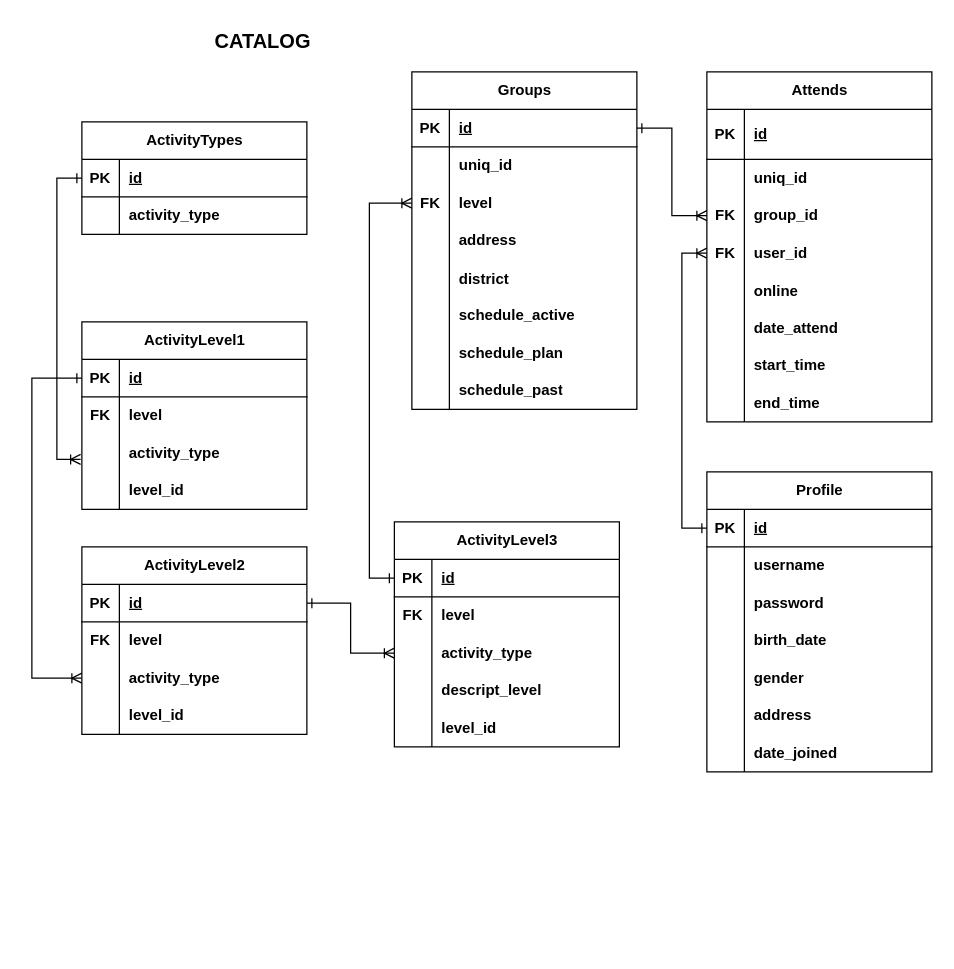
The draw.io diagram ER/catalog.drawio in OlgaTora/Recommendation_project, before the edit. Source tidied: cells renumbered, new cells numbered last; positions are measured from the earlier drawing's top-left corner, leaving out a move shared by most shapes. Both pictures are drawn from the tidied source at 125%, with x=0, y=0 at pixel (31, 21).
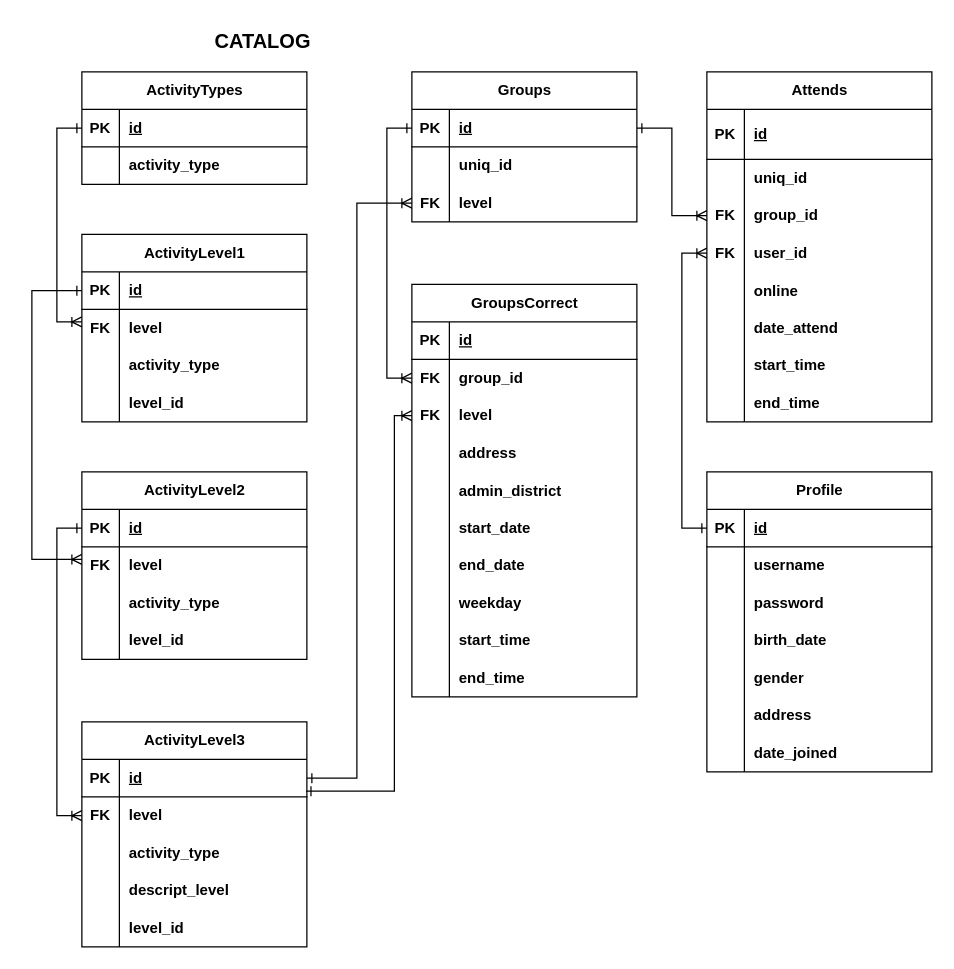
After the change.

The change refers to these unchanged cells:
```xml
<mxCell id="3" style="shape=tableRow;horizontal=0;startSize=0;swimlaneHead=0;swimlaneBody=0;fillColor=none;points=[[0,0.5],[1,0.5]];portConstraint=eastwest;top=0;left=0;right=0;bottom=1;fontFamily=Helvetica;" parent="2" vertex="1">
  <mxGeometry y="30" width="180" height="30" as="geometry" />
</mxCell>
<mxCell id="16" style="shape=tableRow;horizontal=0;startSize=0;swimlaneHead=0;swimlaneBody=0;fillColor=none;points=[[0,0.5],[1,0.5]];portConstraint=eastwest;top=0;left=0;right=0;bottom=1;fontFamily=Helvetica;" parent="15" vertex="1">
  <mxGeometry y="30" width="180" height="30" as="geometry" />
</mxCell>
<mxCell id="26" style="shape=tableRow;horizontal=0;startSize=0;swimlaneHead=0;swimlaneBody=0;fillColor=none;points=[[0,0.5],[1,0.5]];portConstraint=eastwest;top=0;left=0;right=0;bottom=1;fontFamily=Helvetica;" parent="25" vertex="1">
  <mxGeometry y="30" width="180" height="30" as="geometry" />
</mxCell>
<mxCell id="32" style="shape=tableRow;horizontal=0;startSize=0;swimlaneHead=0;swimlaneBody=0;fillColor=none;points=[[0,0.5],[1,0.5]];portConstraint=eastwest;top=0;left=0;right=0;bottom=0;fontFamily=Helvetica;" parent="25" vertex="1">
  <mxGeometry y="90" width="180" height="30" as="geometry" />
</mxCell>
<mxCell id="54" style="shape=tableRow;horizontal=0;startSize=0;swimlaneHead=0;swimlaneBody=0;fillColor=none;points=[[0,0.5],[1,0.5]];portConstraint=eastwest;top=0;left=0;right=0;bottom=1;fontFamily=Helvetica;" parent="53" vertex="1">
  <mxGeometry y="30" width="180" height="30" as="geometry" />
</mxCell>
<mxCell id="60" style="shape=tableRow;horizontal=0;startSize=0;swimlaneHead=0;swimlaneBody=0;fillColor=none;points=[[0,0.5],[1,0.5]];portConstraint=eastwest;top=0;left=0;right=0;bottom=0;fontFamily=Helvetica;" parent="53" vertex="1">
  <mxGeometry y="90" width="180" height="30" as="geometry" />
</mxCell>
<mxCell id="68" style="shape=tableRow;horizontal=0;startSize=0;swimlaneHead=0;swimlaneBody=0;fillColor=none;points=[[0,0.5],[1,0.5]];portConstraint=eastwest;top=0;left=0;right=0;bottom=1;fontFamily=Helvetica;" parent="67" vertex="1">
  <mxGeometry y="30" width="180" height="30" as="geometry" />
</mxCell>
<mxCell id="71" style="shape=tableRow;horizontal=0;startSize=0;swimlaneHead=0;swimlaneBody=0;fillColor=none;points=[[0,0.5],[1,0.5]];portConstraint=eastwest;top=0;left=0;right=0;bottom=0;fontFamily=Helvetica;" parent="67" vertex="1">
  <mxGeometry y="60" width="180" height="30" as="geometry" />
</mxCell>
<mxCell id="74" style="shape=tableRow;horizontal=0;startSize=0;swimlaneHead=0;swimlaneBody=0;fillColor=none;points=[[0,0.5],[1,0.5]];portConstraint=eastwest;top=0;left=0;right=0;bottom=0;fontFamily=Helvetica;" parent="67" vertex="1">
  <mxGeometry y="90" width="180" height="30" as="geometry" />
</mxCell>
```

Change to the diagram source:
```diff
@@
     <mxCell id="2" value="&lt;div style=&quot;border-color: var(--border-color);&quot;&gt;ActivityLevel1&lt;/div&gt;" style="shape=table;startSize=30;childLayout=tableLayout;rowLines=0;fontStyle=1;align=center;html=1;fontFamily=Helvetica;" parent="1" vertex="1">
-      <mxGeometry x="40" y="240" width="180" height="150" as="geometry" />
+      <mxGeometry x="40" y="170" width="180" height="150" as="geometry" />
     </mxCell>
@@
     <mxCell id="15" value="&lt;div style=&quot;border-color: var(--border-color);&quot;&gt;ActivityTypes&lt;/div&gt;" style="shape=table;startSize=30;childLayout=tableLayout;rowLines=0;fontStyle=1;align=center;html=1;fontFamily=Helvetica;" parent="1" vertex="1">
-      <mxGeometry x="40" y="80" width="180" height="90" as="geometry" />
+      <mxGeometry x="40" y="40" width="180" height="90" as="geometry" />
     </mxCell>
@@
     <mxCell id="25" value="&lt;div style=&quot;border-color: var(--border-color);&quot;&gt;Groups&lt;/div&gt;" style="shape=table;startSize=30;childLayout=tableLayout;rowLines=0;fontStyle=1;align=center;html=1;fontFamily=Helvetica;" parent="1" vertex="1">
-      <mxGeometry x="304" y="40" width="180" height="270" as="geometry" />
+      <mxGeometry x="304" y="40" width="180" height="120" as="geometry" />
     </mxCell>
@@
-    <mxCell id="35" style="shape=tableRow;horizontal=0;startSize=0;swimlaneHead=0;swimlaneBody=0;fillColor=none;top=0;left=0;right=0;bottom=0;fontFamily=Helvetica;" parent="25" vertex="1">
-      <mxGeometry y="120" width="180" height="30" as="geometry" />
-    </mxCell>
-    <mxCell id="36" style="shape=partialRectangle;fillColor=none;top=0;left=0;bottom=0;right=0;overflow=hidden;whiteSpace=wrap;html=1;fontFamily=Helvetica;" parent="35" vertex="1">
-      <mxGeometry width="30" height="30" as="geometry" />
-    </mxCell>
-    <mxCell id="37" value="&lt;div style=&quot;border-color: var(--border-color); font-weight: 700;&quot;&gt;address&lt;/div&gt;" style="shape=partialRectangle;fillColor=none;top=0;left=0;bottom=0;right=0;align=left;spacingLeft=6;overflow=hidden;whiteSpace=wrap;html=1;fontFamily=Helvetica;" parent="35" vertex="1">
-      <mxGeometry x="30" width="150" height="30" as="geometry" />
-    </mxCell>
-    <mxCell id="38" style="shape=tableRow;horizontal=0;startSize=0;swimlaneHead=0;swimlaneBody=0;fillColor=none;top=0;left=0;right=0;bottom=0;fontFamily=Helvetica;" parent="25" vertex="1">
-      <mxGeometry y="150" width="180" height="30" as="geometry" />
-    </mxCell>
-    <mxCell id="39" style="shape=partialRectangle;fillColor=none;top=0;left=0;bottom=0;right=0;overflow=hidden;fontFamily=Helvetica;" parent="38" vertex="1">
-      <mxGeometry width="30" height="30" as="geometry" />
-    </mxCell>
-    <mxCell id="40" value="district" style="shape=partialRectangle;fillColor=none;top=0;left=0;bottom=0;right=0;align=left;spacingLeft=6;overflow=hidden;fontStyle=1;fontFamily=Helvetica;" parent="38" vertex="1">
-      <mxGeometry x="30" width="150" height="30" as="geometry" />
-    </mxCell>
-    <mxCell id="41" style="shape=tableRow;horizontal=0;startSize=0;swimlaneHead=0;swimlaneBody=0;fillColor=none;top=0;left=0;right=0;bottom=0;" parent="25" vertex="1">
-      <mxGeometry y="180" width="180" height="30" as="geometry" />
-    </mxCell>
-    <mxCell id="42" style="shape=partialRectangle;fillColor=none;top=0;left=0;bottom=0;right=0;fontStyle=0;overflow=hidden;whiteSpace=wrap;html=1;" parent="41" vertex="1">
-      <mxGeometry width="30" height="30" as="geometry" />
-    </mxCell>
-    <mxCell id="43" value="&lt;b&gt;schedule_active&lt;/b&gt;" style="shape=partialRectangle;fillColor=none;top=0;left=0;bottom=0;right=0;align=left;spacingLeft=6;fontStyle=0;overflow=hidden;whiteSpace=wrap;html=1;" parent="41" vertex="1">
-      <mxGeometry x="30" width="150" height="30" as="geometry" />
-    </mxCell>
-    <mxCell id="44" style="shape=tableRow;horizontal=0;startSize=0;swimlaneHead=0;swimlaneBody=0;fillColor=none;top=0;left=0;right=0;bottom=0;" parent="25" vertex="1">
-      <mxGeometry y="210" width="180" height="30" as="geometry" />
-    </mxCell>
-    <mxCell id="45" style="shape=partialRectangle;fillColor=none;top=0;left=0;bottom=0;right=0;fontStyle=0;overflow=hidden;whiteSpace=wrap;html=1;" parent="44" vertex="1">
-      <mxGeometry width="30" height="30" as="geometry" />
-    </mxCell>
-    <mxCell id="46" value="&lt;b style=&quot;border-color: var(--border-color);&quot;&gt;schedule_plan&lt;/b&gt;" style="shape=partialRectangle;fillColor=none;top=0;left=0;bottom=0;right=0;align=left;spacingLeft=6;fontStyle=0;overflow=hidden;whiteSpace=wrap;html=1;" parent="44" vertex="1">
-      <mxGeometry x="30" width="150" height="30" as="geometry" />
-    </mxCell>
-    <mxCell id="47" style="shape=tableRow;horizontal=0;startSize=0;swimlaneHead=0;swimlaneBody=0;fillColor=none;top=0;left=0;right=0;bottom=0;" parent="25" vertex="1">
-      <mxGeometry y="240" width="180" height="30" as="geometry" />
-    </mxCell>
-    <mxCell id="48" style="shape=partialRectangle;fillColor=none;top=0;left=0;bottom=0;right=0;fontStyle=0;overflow=hidden;whiteSpace=wrap;html=1;" parent="47" vertex="1">
-      <mxGeometry width="30" height="30" as="geometry" />
-    </mxCell>
-    <mxCell id="49" value="&lt;b style=&quot;border-color: var(--border-color);&quot;&gt;schedule_past&lt;/b&gt;" style="shape=partialRectangle;fillColor=none;top=0;left=0;bottom=0;right=0;align=left;spacingLeft=6;fontStyle=0;overflow=hidden;whiteSpace=wrap;html=1;" parent="47" vertex="1">
-      <mxGeometry x="30" width="150" height="30" as="geometry" />
-    </mxCell>
@@
     <mxCell id="51" style="edgeStyle=orthogonalEdgeStyle;rounded=0;jettySize=auto;html=1;exitX=0;exitY=0.5;exitDx=0;exitDy=0;endArrow=ERoneToMany;endFill=0;startArrow=ERone;startFill=0;fontFamily=Helvetica;" parent="1" edge="1" source="16">
       <mxGeometry relative="1" as="geometry">
-        <mxPoint x="39" y="350" as="targetPoint" />
+        <mxPoint x="40" y="240" as="targetPoint" />
         <Array as="points">
-          <mxPoint x="20" y="125" />
-          <mxPoint x="20" y="350" />
-          <mxPoint x="39" y="350" />
+          <mxPoint x="20" y="85" />
+          <mxPoint x="20" y="240" />
         </Array>
       </mxGeometry>
     </mxCell>
-    <mxCell id="52" style="edgeStyle=orthogonalEdgeStyle;rounded=0;jettySize=auto;html=1;entryX=0;entryY=0.5;entryDx=0;entryDy=0;startArrow=ERone;startFill=0;endArrow=ERoneToMany;endFill=0;fontFamily=Helvetica;exitX=0;exitY=0.5;exitDx=0;exitDy=0;" parent="1" edge="1" source="68" target="32">
-      <mxGeometry relative="1" as="geometry" />
+    <mxCell id="52" style="edgeStyle=orthogonalEdgeStyle;rounded=0;jettySize=auto;html=1;entryX=0;entryY=0.5;entryDx=0;entryDy=0;startArrow=ERone;startFill=0;endArrow=ERoneToMany;endFill=0;fontFamily=Helvetica;exitX=1;exitY=0.5;exitDx=0;exitDy=0;" parent="1" edge="1" source="68" target="32">
+      <mxGeometry relative="1" as="geometry">
+        <Array as="points">
+          <mxPoint x="260" y="605" />
+          <mxPoint x="260" y="145" />
+        </Array>
+      </mxGeometry>
     </mxCell>
     <mxCell id="53" value="&lt;div style=&quot;border-color: var(--border-color);&quot;&gt;ActivityLevel2&lt;/div&gt;" style="shape=table;startSize=30;childLayout=tableLayout;rowLines=0;fontStyle=1;align=center;html=1;fontFamily=Helvetica;" parent="1" vertex="1">
-      <mxGeometry x="40" y="420" width="180" height="150" as="geometry" />
+      <mxGeometry x="40" y="360" width="180" height="150" as="geometry" />
     </mxCell>
@@
-    <mxCell id="66" style="edgeStyle=orthogonalEdgeStyle;rounded=0;jettySize=auto;html=1;exitX=0;exitY=0.5;exitDx=0;exitDy=0;entryX=0;entryY=0.5;entryDx=0;entryDy=0;startArrow=ERone;startFill=0;endArrow=ERoneToMany;endFill=0;" parent="1" edge="1" source="3" target="60">
+    <mxCell id="66" style="edgeStyle=orthogonalEdgeStyle;rounded=0;jettySize=auto;html=1;exitX=0;exitY=0.5;exitDx=0;exitDy=0;startArrow=ERone;startFill=0;endArrow=ERoneToMany;endFill=0;" parent="1" edge="1" source="3">
       <mxGeometry relative="1" as="geometry">
+        <mxPoint x="40" y="430" as="targetPoint" />
         <Array as="points">
-          <mxPoint y="285" />
-          <mxPoint y="525" />
+          <mxPoint y="215" />
+          <mxPoint y="430" />
+          <mxPoint x="40" y="430" />
         </Array>
       </mxGeometry>
     </mxCell>
     <mxCell id="67" value="&lt;div style=&quot;border-color: var(--border-color);&quot;&gt;ActivityLevel3&lt;/div&gt;" style="shape=table;startSize=30;childLayout=tableLayout;rowLines=0;fontStyle=1;align=center;html=1;fontFamily=Helvetica;" parent="1" vertex="1">
-      <mxGeometry x="290" y="400" width="180" height="180" as="geometry" />
+      <mxGeometry x="40" y="560" width="180" height="180" as="geometry" />
     </mxCell>
@@
-    <mxCell id="83" style="edgeStyle=orthogonalEdgeStyle;rounded=0;jettySize=auto;html=1;exitX=1;exitY=0.5;exitDx=0;exitDy=0;entryX=0;entryY=0.5;entryDx=0;entryDy=0;startArrow=ERone;startFill=0;endArrow=ERoneToMany;endFill=0;" parent="1" edge="1" source="54" target="74">
+    <mxCell id="83" style="edgeStyle=orthogonalEdgeStyle;rounded=0;jettySize=auto;html=1;exitX=0;exitY=0.5;exitDx=0;exitDy=0;entryX=0;entryY=0.5;entryDx=0;entryDy=0;startArrow=ERone;startFill=0;endArrow=ERoneToMany;endFill=0;" parent="1" edge="1" source="54" target="71">
       <mxGeometry relative="1" as="geometry" />
     </mxCell>
@@
+    <mxCell id="133" value="&lt;div style=&quot;border-color: var(--border-color);&quot;&gt;GroupsCorrect&lt;/div&gt;" style="shape=table;startSize=30;childLayout=tableLayout;rowLines=0;fontStyle=1;align=center;html=1;fontFamily=Helvetica;" parent="1" vertex="1">
+      <mxGeometry x="304" y="210" width="180" height="330" as="geometry" />
+    </mxCell>
+    <mxCell id="134" style="shape=tableRow;horizontal=0;startSize=0;swimlaneHead=0;swimlaneBody=0;fillColor=none;top=0;left=0;right=0;bottom=1;fontFamily=Helvetica;" parent="133" vertex="1">
+      <mxGeometry y="30" width="180" height="30" as="geometry" />
+    </mxCell>
+    <mxCell id="135" value="PK" style="shape=partialRectangle;fillColor=none;top=0;left=0;bottom=0;right=0;fontStyle=1;overflow=hidden;whiteSpace=wrap;html=1;fontFamily=Helvetica;" parent="134" vertex="1">
+      <mxGeometry width="30" height="30" as="geometry" />
+    </mxCell>
+    <mxCell id="136" value="id" style="shape=partialRectangle;fillColor=none;top=0;left=0;bottom=0;right=0;align=left;spacingLeft=6;fontStyle=5;overflow=hidden;whiteSpace=wrap;html=1;fontFamily=Helvetica;" parent="134" vertex="1">
+      <mxGeometry x="30" width="150" height="30" as="geometry" />
+    </mxCell>
+    <mxCell id="137" style="shape=tableRow;horizontal=0;startSize=0;swimlaneHead=0;swimlaneBody=0;fillColor=none;points=[[0,0.5],[1,0.5]];portConstraint=eastwest;top=0;left=0;right=0;bottom=0;fontFamily=Helvetica;" parent="133" vertex="1">
+      <mxGeometry y="60" width="180" height="30" as="geometry" />
+    </mxCell>
+    <mxCell id="138" value="&lt;b style=&quot;border-color: var(--border-color);&quot;&gt;FK&lt;/b&gt;" style="shape=partialRectangle;fillColor=none;top=0;left=0;bottom=0;right=0;overflow=hidden;whiteSpace=wrap;html=1;fontFamily=Helvetica;" parent="137" vertex="1">
+      <mxGeometry width="30" height="30" as="geometry" />
+    </mxCell>
+    <mxCell id="139" value="&lt;div style=&quot;border-color: var(--border-color); font-weight: 700;&quot;&gt;group_id&lt;/div&gt;" style="shape=partialRectangle;fillColor=none;top=0;left=0;bottom=0;right=0;align=left;spacingLeft=6;overflow=hidden;whiteSpace=wrap;html=1;fontFamily=Helvetica;" parent="137" vertex="1">
+      <mxGeometry x="30" width="150" height="30" as="geometry" />
+    </mxCell>
+    <mxCell id="140" style="shape=tableRow;horizontal=0;startSize=0;swimlaneHead=0;swimlaneBody=0;fillColor=none;points=[[0,0.5],[1,0.5]];portConstraint=eastwest;top=0;left=0;right=0;bottom=0;fontFamily=Helvetica;" parent="133" vertex="1">
+      <mxGeometry y="90" width="180" height="30" as="geometry" />
+    </mxCell>
+    <mxCell id="141" value="&lt;b&gt;FK&lt;/b&gt;" style="shape=partialRectangle;fillColor=none;top=0;left=0;bottom=0;right=0;overflow=hidden;whiteSpace=wrap;html=1;fontFamily=Helvetica;" parent="140" vertex="1">
+      <mxGeometry width="30" height="30" as="geometry" />
+    </mxCell>
+    <mxCell id="142" value="&lt;div style=&quot;border-color: var(--border-color); font-weight: 700;&quot;&gt;level&lt;/div&gt;" style="shape=partialRectangle;fillColor=none;top=0;left=0;bottom=0;right=0;align=left;spacingLeft=6;overflow=hidden;whiteSpace=wrap;html=1;fontFamily=Helvetica;" parent="140" vertex="1">
+      <mxGeometry x="30" width="150" height="30" as="geometry" />
+    </mxCell>
+    <mxCell id="35" style="shape=tableRow;horizontal=0;startSize=0;swimlaneHead=0;swimlaneBody=0;fillColor=none;top=0;left=0;right=0;bottom=0;fontFamily=Helvetica;" parent="133" vertex="1">
+      <mxGeometry y="120" width="180" height="30" as="geometry" />
+    </mxCell>
+    <mxCell id="36" style="shape=partialRectangle;fillColor=none;top=0;left=0;bottom=0;right=0;overflow=hidden;whiteSpace=wrap;html=1;fontFamily=Helvetica;" parent="35" vertex="1">
+      <mxGeometry width="30" height="30" as="geometry" />
+    </mxCell>
+    <mxCell id="37" value="&lt;div style=&quot;border-color: var(--border-color); font-weight: 700;&quot;&gt;address&lt;/div&gt;" style="shape=partialRectangle;fillColor=none;top=0;left=0;bottom=0;right=0;align=left;spacingLeft=6;overflow=hidden;whiteSpace=wrap;html=1;fontFamily=Helvetica;" parent="35" vertex="1">
+      <mxGeometry x="30" width="150" height="30" as="geometry" />
+    </mxCell>
+    <mxCell id="38" style="shape=tableRow;horizontal=0;startSize=0;swimlaneHead=0;swimlaneBody=0;fillColor=none;top=0;left=0;right=0;bottom=0;fontFamily=Helvetica;" parent="133" vertex="1">
+      <mxGeometry y="150" width="180" height="30" as="geometry" />
+    </mxCell>
+    <mxCell id="39" style="shape=partialRectangle;fillColor=none;top=0;left=0;bottom=0;right=0;overflow=hidden;fontFamily=Helvetica;" parent="38" vertex="1">
+      <mxGeometry width="30" height="30" as="geometry" />
+    </mxCell>
+    <mxCell id="143" value="admin_district" style="shape=partialRectangle;fillColor=none;top=0;left=0;bottom=0;right=0;align=left;spacingLeft=6;overflow=hidden;fontStyle=1;fontFamily=Helvetica;" parent="38" vertex="1">
+      <mxGeometry x="30" width="150" height="30" as="geometry" />
+    </mxCell>
+    <mxCell id="41" style="shape=tableRow;horizontal=0;startSize=0;swimlaneHead=0;swimlaneBody=0;fillColor=none;top=0;left=0;right=0;bottom=0;" parent="133" vertex="1">
+      <mxGeometry y="180" width="180" height="30" as="geometry" />
+    </mxCell>
+    <mxCell id="144" style="shape=partialRectangle;fillColor=none;top=0;left=0;bottom=0;right=0;fontStyle=0;overflow=hidden;whiteSpace=wrap;html=1;" parent="41" vertex="1">
+      <mxGeometry width="30" height="30" as="geometry" />
+    </mxCell>
+    <mxCell id="145" value="&lt;b&gt;start_date&lt;/b&gt;" style="shape=partialRectangle;fillColor=none;top=0;left=0;bottom=0;right=0;align=left;spacingLeft=6;fontStyle=0;overflow=hidden;whiteSpace=wrap;html=1;" parent="41" vertex="1">
+      <mxGeometry x="30" width="150" height="30" as="geometry" />
+    </mxCell>
+    <mxCell id="44" style="shape=tableRow;horizontal=0;startSize=0;swimlaneHead=0;swimlaneBody=0;fillColor=none;top=0;left=0;right=0;bottom=0;" parent="133" vertex="1">
+      <mxGeometry y="210" width="180" height="30" as="geometry" />
+    </mxCell>
+    <mxCell id="146" style="shape=partialRectangle;fillColor=none;top=0;left=0;bottom=0;right=0;fontStyle=0;overflow=hidden;whiteSpace=wrap;html=1;" parent="44" vertex="1">
+      <mxGeometry width="30" height="30" as="geometry" />
+    </mxCell>
+    <mxCell id="147" value="&lt;b style=&quot;border-color: var(--border-color);&quot;&gt;end_date&lt;/b&gt;" style="shape=partialRectangle;fillColor=none;top=0;left=0;bottom=0;right=0;align=left;spacingLeft=6;fontStyle=0;overflow=hidden;whiteSpace=wrap;html=1;" parent="44" vertex="1">
+      <mxGeometry x="30" width="150" height="30" as="geometry" />
+    </mxCell>
+    <mxCell id="47" style="shape=tableRow;horizontal=0;startSize=0;swimlaneHead=0;swimlaneBody=0;fillColor=none;top=0;left=0;right=0;bottom=0;" parent="133" vertex="1">
+      <mxGeometry y="240" width="180" height="30" as="geometry" />
+    </mxCell>
+    <mxCell id="148" style="shape=partialRectangle;fillColor=none;top=0;left=0;bottom=0;right=0;fontStyle=0;overflow=hidden;whiteSpace=wrap;html=1;" parent="47" vertex="1">
+      <mxGeometry width="30" height="30" as="geometry" />
+    </mxCell>
+    <mxCell id="149" value="&lt;b style=&quot;border-color: var(--border-color);&quot;&gt;weekday&lt;/b&gt;" style="shape=partialRectangle;fillColor=none;top=0;left=0;bottom=0;right=0;align=left;spacingLeft=6;fontStyle=0;overflow=hidden;whiteSpace=wrap;html=1;" parent="47" vertex="1">
+      <mxGeometry x="30" width="150" height="30" as="geometry" />
+    </mxCell>
+    <mxCell id="150" style="shape=tableRow;horizontal=0;startSize=0;swimlaneHead=0;swimlaneBody=0;fillColor=none;top=0;left=0;right=0;bottom=0;" parent="133" vertex="1">
+      <mxGeometry y="270" width="180" height="30" as="geometry" />
+    </mxCell>
+    <mxCell id="151" style="shape=partialRectangle;fillColor=none;top=0;left=0;bottom=0;right=0;fontStyle=0;overflow=hidden;whiteSpace=wrap;html=1;" parent="150" vertex="1">
+      <mxGeometry width="30" height="30" as="geometry" />
+    </mxCell>
+    <mxCell id="152" value="&lt;b&gt;start_time&lt;/b&gt;" style="shape=partialRectangle;fillColor=none;top=0;left=0;bottom=0;right=0;align=left;spacingLeft=6;fontStyle=0;overflow=hidden;whiteSpace=wrap;html=1;" parent="150" vertex="1">
+      <mxGeometry x="30" width="150" height="30" as="geometry" />
+    </mxCell>
+    <mxCell id="153" style="shape=tableRow;horizontal=0;startSize=0;swimlaneHead=0;swimlaneBody=0;fillColor=none;top=0;left=0;right=0;bottom=0;" parent="133" vertex="1">
+      <mxGeometry y="300" width="180" height="30" as="geometry" />
+    </mxCell>
+    <mxCell id="154" style="shape=partialRectangle;fillColor=none;top=0;left=0;bottom=0;right=0;fontStyle=0;overflow=hidden;whiteSpace=wrap;html=1;" parent="153" vertex="1">
+      <mxGeometry width="30" height="30" as="geometry" />
+    </mxCell>
+    <mxCell id="155" value="&lt;b&gt;end_time&lt;/b&gt;" style="shape=partialRectangle;fillColor=none;top=0;left=0;bottom=0;right=0;align=left;spacingLeft=6;fontStyle=0;overflow=hidden;whiteSpace=wrap;html=1;" parent="153" vertex="1">
+      <mxGeometry x="30" width="150" height="30" as="geometry" />
+    </mxCell>
+    <mxCell id="156" style="edgeStyle=orthogonalEdgeStyle;rounded=0;jettySize=auto;html=1;entryX=0;entryY=0.5;entryDx=0;entryDy=0;startArrow=ERone;startFill=0;endArrow=ERoneToMany;endFill=0;fontFamily=Helvetica;exitX=0.996;exitY=0.847;exitDx=0;exitDy=0;exitPerimeter=0;" parent="1" edge="1" source="68" target="140">
+      <mxGeometry relative="1" as="geometry">
+        <Array as="points">
+          <mxPoint x="290" y="615" />
+          <mxPoint x="290" y="315" />
+        </Array>
+      </mxGeometry>
+    </mxCell>
+    <mxCell id="157" style="edgeStyle=orthogonalEdgeStyle;rounded=0;jettySize=auto;html=1;exitX=0;exitY=0.5;exitDx=0;exitDy=0;entryX=0;entryY=0.5;entryDx=0;entryDy=0;startArrow=ERone;startFill=0;endArrow=ERoneToMany;endFill=0;" parent="1" edge="1" source="26" target="137">
+      <mxGeometry relative="1" as="geometry" />
+    </mxCell>
```
